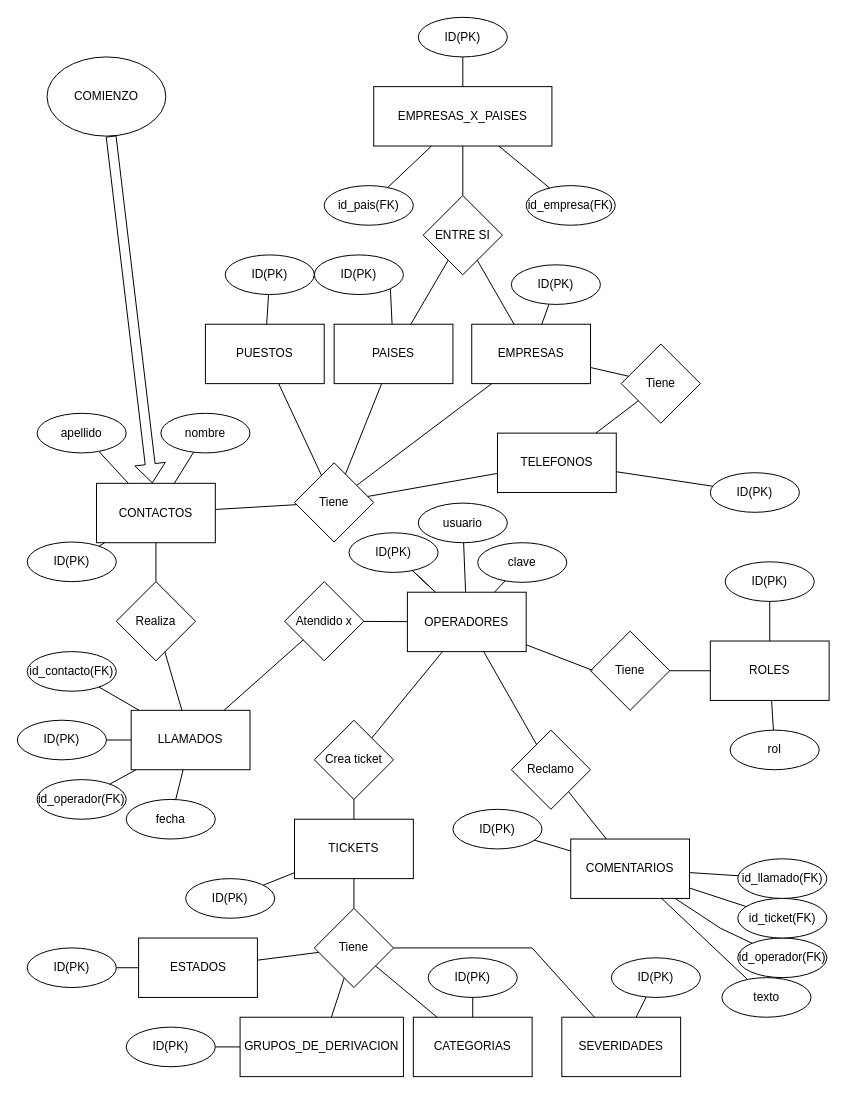
Above: DER.drawio in rodriguezleandro98/Tp_Rodriguez (draw.io), before the change. Source tidied: cells renumbered, new cells numbered last; positions are measured from the earlier drawing's top-left corner, leaving out a move shared by most shapes. Both pictures are drawn from the tidied source at 99%, with x=0, y=0 at pixel (17, 17).
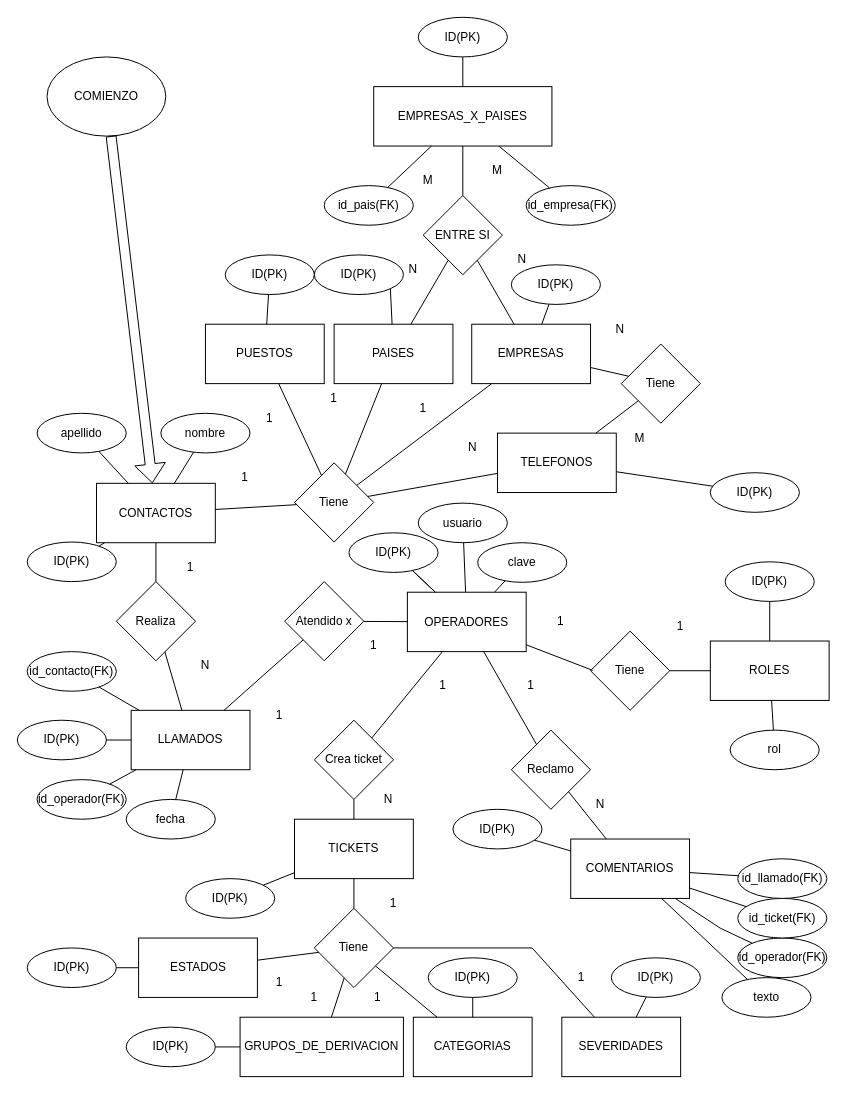
After the change.

Diff of the diagram source:
```diff
@@
+    <mxCell id="112" value="1" style="text;html=1;strokeColor=none;fillColor=none;align=center;verticalAlign=middle;whiteSpace=wrap;rounded=0;" parent="1" vertex="1">
+      <mxGeometry x="145" y="540.7" width="60" height="30" as="geometry" />
+    </mxCell>
+    <mxCell id="113" value="N" style="text;html=1;strokeColor=none;fillColor=none;align=center;verticalAlign=middle;whiteSpace=wrap;rounded=0;" parent="1" vertex="1">
+      <mxGeometry x="160" y="640" width="60" height="30" as="geometry" />
+    </mxCell>
+    <mxCell id="114" value="1" style="text;html=1;strokeColor=none;fillColor=none;align=center;verticalAlign=middle;whiteSpace=wrap;rounded=0;" parent="1" vertex="1">
+      <mxGeometry x="235" y="690" width="60" height="30" as="geometry" />
+    </mxCell>
+    <mxCell id="115" value="1" style="text;html=1;strokeColor=none;fillColor=none;align=center;verticalAlign=middle;whiteSpace=wrap;rounded=0;" parent="1" vertex="1">
+      <mxGeometry x="330" y="620" width="60" height="30" as="geometry" />
+    </mxCell>
+    <mxCell id="116" value="1" style="text;html=1;strokeColor=none;fillColor=none;align=center;verticalAlign=middle;whiteSpace=wrap;rounded=0;" parent="1" vertex="1">
+      <mxGeometry x="400" y="660" width="60" height="30" as="geometry" />
+    </mxCell>
+    <mxCell id="117" value="N" style="text;html=1;strokeColor=none;fillColor=none;align=center;verticalAlign=middle;whiteSpace=wrap;rounded=0;" parent="1" vertex="1">
+      <mxGeometry x="345" y="775" width="60" height="30" as="geometry" />
+    </mxCell>
+    <mxCell id="118" value="1" style="text;html=1;strokeColor=none;fillColor=none;align=center;verticalAlign=middle;whiteSpace=wrap;rounded=0;" parent="1" vertex="1">
+      <mxGeometry x="489" y="660" width="60" height="30" as="geometry" />
+    </mxCell>
+    <mxCell id="119" value="N" style="text;html=1;strokeColor=none;fillColor=none;align=center;verticalAlign=middle;whiteSpace=wrap;rounded=0;" parent="1" vertex="1">
+      <mxGeometry x="559" y="780" width="60" height="30" as="geometry" />
+    </mxCell>
+    <mxCell id="120" value="1" style="text;html=1;strokeColor=none;fillColor=none;align=center;verticalAlign=middle;whiteSpace=wrap;rounded=0;" parent="1" vertex="1">
+      <mxGeometry x="350" y="880" width="60" height="30" as="geometry" />
+    </mxCell>
+    <mxCell id="121" value="1" style="text;html=1;strokeColor=none;fillColor=none;align=center;verticalAlign=middle;whiteSpace=wrap;rounded=0;" parent="1" vertex="1">
+      <mxGeometry x="235" y="960" width="60" height="30" as="geometry" />
+    </mxCell>
+    <mxCell id="122" value="1" style="text;html=1;strokeColor=none;fillColor=none;align=center;verticalAlign=middle;whiteSpace=wrap;rounded=0;" parent="1" vertex="1">
+      <mxGeometry x="270" y="975" width="60" height="30" as="geometry" />
+    </mxCell>
+    <mxCell id="123" value="1" style="text;html=1;strokeColor=none;fillColor=none;align=center;verticalAlign=middle;whiteSpace=wrap;rounded=0;" parent="1" vertex="1">
+      <mxGeometry x="334" y="975" width="60" height="30" as="geometry" />
+    </mxCell>
+    <mxCell id="124" value="1" style="text;html=1;strokeColor=none;fillColor=none;align=center;verticalAlign=middle;whiteSpace=wrap;rounded=0;" parent="1" vertex="1">
+      <mxGeometry x="540" y="955" width="60" height="30" as="geometry" />
+    </mxCell>
+    <mxCell id="125" value="1" style="text;html=1;strokeColor=none;fillColor=none;align=center;verticalAlign=middle;whiteSpace=wrap;rounded=0;" parent="1" vertex="1">
+      <mxGeometry x="519" y="595" width="60" height="30" as="geometry" />
+    </mxCell>
+    <mxCell id="126" value="1" style="text;html=1;strokeColor=none;fillColor=none;align=center;verticalAlign=middle;whiteSpace=wrap;rounded=0;" parent="1" vertex="1">
+      <mxGeometry x="640" y="600" width="60" height="30" as="geometry" />
+    </mxCell>
+    <mxCell id="127" value="1" style="text;html=1;strokeColor=none;fillColor=none;align=center;verticalAlign=middle;whiteSpace=wrap;rounded=0;" parent="1" vertex="1">
+      <mxGeometry x="200" y="450" width="60" height="30" as="geometry" />
+    </mxCell>
+    <mxCell id="128" value="1" style="text;html=1;strokeColor=none;fillColor=none;align=center;verticalAlign=middle;whiteSpace=wrap;rounded=0;" parent="1" vertex="1">
+      <mxGeometry x="225" y="390" width="60" height="30" as="geometry" />
+    </mxCell>
+    <mxCell id="129" value="1" style="text;html=1;strokeColor=none;fillColor=none;align=center;verticalAlign=middle;whiteSpace=wrap;rounded=0;" parent="1" vertex="1">
+      <mxGeometry x="290" y="370" width="60" height="30" as="geometry" />
+    </mxCell>
+    <mxCell id="130" value="1" style="text;html=1;strokeColor=none;fillColor=none;align=center;verticalAlign=middle;whiteSpace=wrap;rounded=0;" parent="1" vertex="1">
+      <mxGeometry x="380" y="380" width="60" height="30" as="geometry" />
+    </mxCell>
+    <mxCell id="131" value="N" style="text;html=1;strokeColor=none;fillColor=none;align=center;verticalAlign=middle;whiteSpace=wrap;rounded=0;" parent="1" vertex="1">
+      <mxGeometry x="430" y="420" width="60" height="30" as="geometry" />
+    </mxCell>
+    <mxCell id="132" value="N" style="text;html=1;strokeColor=none;fillColor=none;align=center;verticalAlign=middle;whiteSpace=wrap;rounded=0;" parent="1" vertex="1">
+      <mxGeometry x="370" y="240" width="60" height="30" as="geometry" />
+    </mxCell>
+    <mxCell id="133" value="N" style="text;html=1;strokeColor=none;fillColor=none;align=center;verticalAlign=middle;whiteSpace=wrap;rounded=0;" parent="1" vertex="1">
+      <mxGeometry x="480" y="230" width="60" height="30" as="geometry" />
+    </mxCell>
+    <mxCell id="134" value="M" style="text;html=1;strokeColor=none;fillColor=none;align=center;verticalAlign=middle;whiteSpace=wrap;rounded=0;" parent="1" vertex="1">
+      <mxGeometry x="455" y="140" width="60" height="30" as="geometry" />
+    </mxCell>
+    <mxCell id="135" value="M" style="text;html=1;strokeColor=none;fillColor=none;align=center;verticalAlign=middle;whiteSpace=wrap;rounded=0;" parent="1" vertex="1">
+      <mxGeometry x="385" y="150" width="60" height="30" as="geometry" />
+    </mxCell>
+    <mxCell id="136" value="N" style="text;html=1;strokeColor=none;fillColor=none;align=center;verticalAlign=middle;whiteSpace=wrap;rounded=0;" parent="1" vertex="1">
+      <mxGeometry x="579" y="300" width="60" height="30" as="geometry" />
+    </mxCell>
+    <mxCell id="137" value="M" style="text;html=1;strokeColor=none;fillColor=none;align=center;verticalAlign=middle;whiteSpace=wrap;rounded=0;" parent="1" vertex="1">
+      <mxGeometry x="599" y="410" width="60" height="30" as="geometry" />
+    </mxCell>
```
